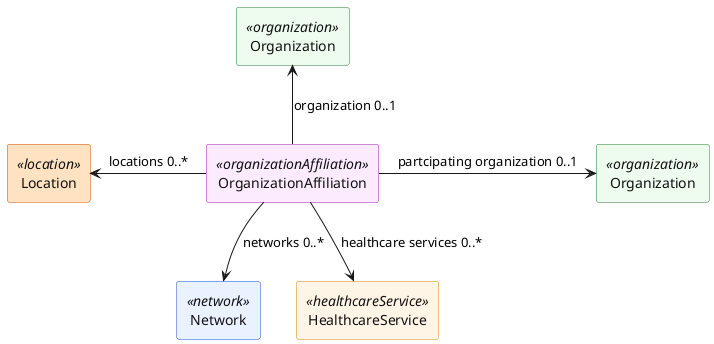
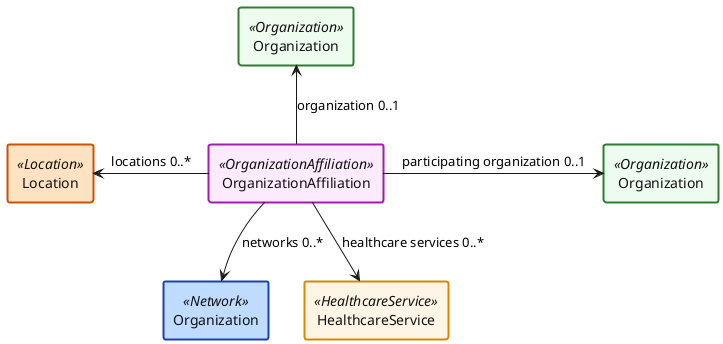
@startuml

skinparam agent {
	FontColor #111111
- 	BackgroundColor<<healthcareService>> #FFF5E6
- 	BorderColor<<healthcareService>> #D48806
- 	BackgroundColor<<location>> #FFE2C2
- 	BorderColor<<location>> #CC5200
- 	BackgroundColor<<network>> #EAF1FF
- 	BorderColor<<network>> #1D4ED8
- 	BackgroundColor<<organization>> #EEFBEF
- 	BorderColor<<organization>> #2E7D32
- 	BackgroundColor<<organizationAffiliation>> #FCEBFF
- 	BorderColor<<organizationAffiliation>> #A21CAF
+ 	BorderThickness 2
+ 	BackgroundColor<<HealthcareService>> #FFF5E6
+ 	BorderColor<<HealthcareService>> #D48806
+ 	BackgroundColor<<Location>> #FFE2C2
+ 	BorderColor<<Location>> #CC5200
+ 	BackgroundColor<<Network>> #BFDBFE
+ 	BorderColor<<Network>> #1E40AF
+ 	BackgroundColor<<Organization>> #EEFBEF
+ 	BorderColor<<Organization>> #2E7D32
+ 	BackgroundColor<<OrganizationAffiliation>> #FCEBFF
+ 	BorderColor<<OrganizationAffiliation>> #A21CAF
}

- agent OrganizationAffiliation as orgAff <<organizationAffiliation>>
- agent Organization as organization1 <<organization>>
- agent Organization as organization2 <<organization>>
- agent Location as location <<location>>
- agent Network as network <<network>>
- agent HealthcareService as service <<healthcareService>>
+ agent OrganizationAffiliation as orgAff <<OrganizationAffiliation>>
+ agent Organization as organization1 <<Organization>>
+ agent Organization as organization2 <<Organization>>
+ agent Location as location <<Location>>
+ agent Organization as network <<Network>>
+ agent HealthcareService as service <<HealthcareService>>


- orgAff -right-> organization2: "partcipating organization 0..1"
+ orgAff -right-> organization2: "participating organization 0..1"
orgAff -up-> organization1:  "organization 0..1"
orgAff -down-> service: "healthcare services 0..*"
orgAff -down-> network: "networks 0..*"
orgAff -left-> location: "locations 0..*"

@enduml